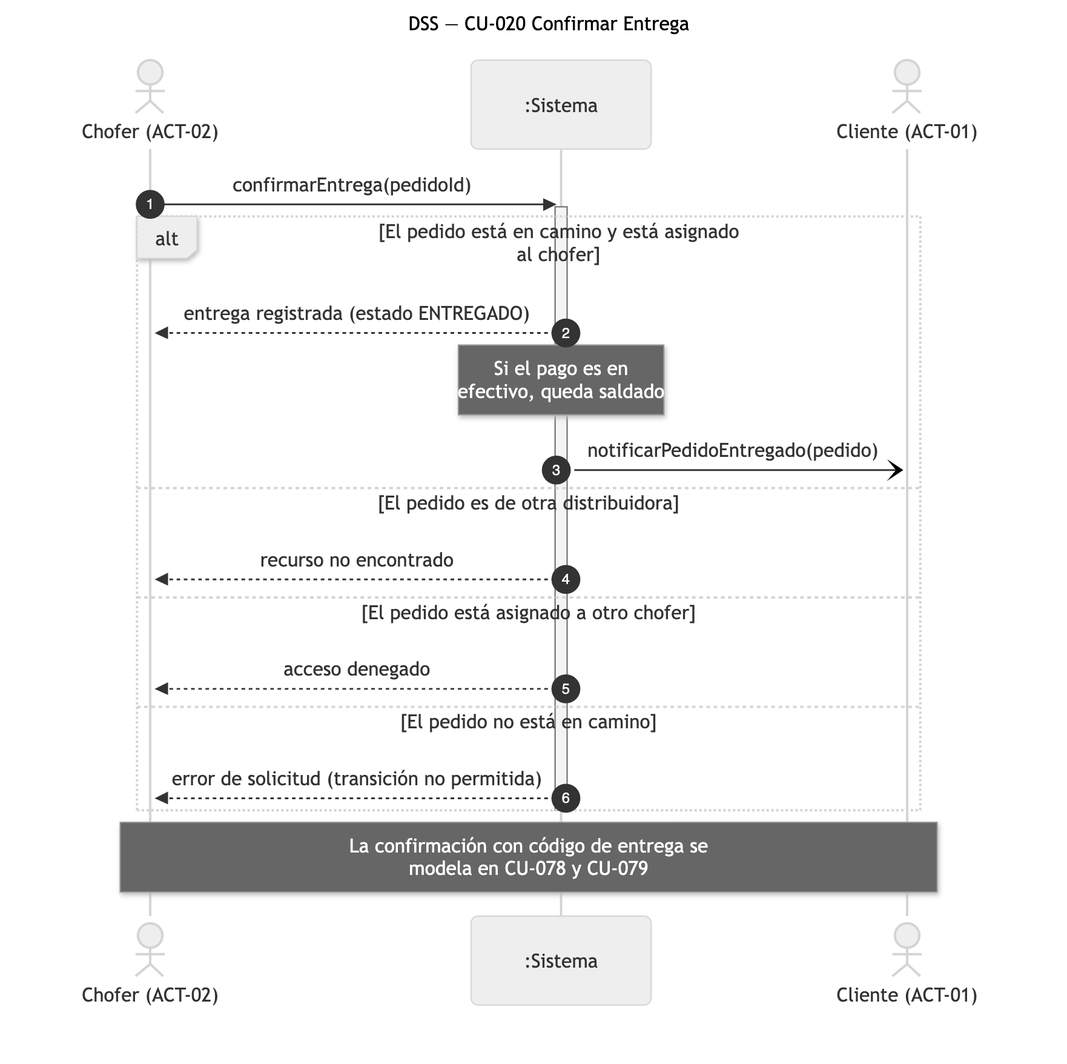
Nahuelito-Dev/splg-docs keeps this Mermaid diagram as diagramas/png/DSS_CU-020_Confirmar-Entrega.png. Above is the earlier version. Its source is kept beside it as diagramas/DSS_CU-020_Confirmar-Entrega.mmd.
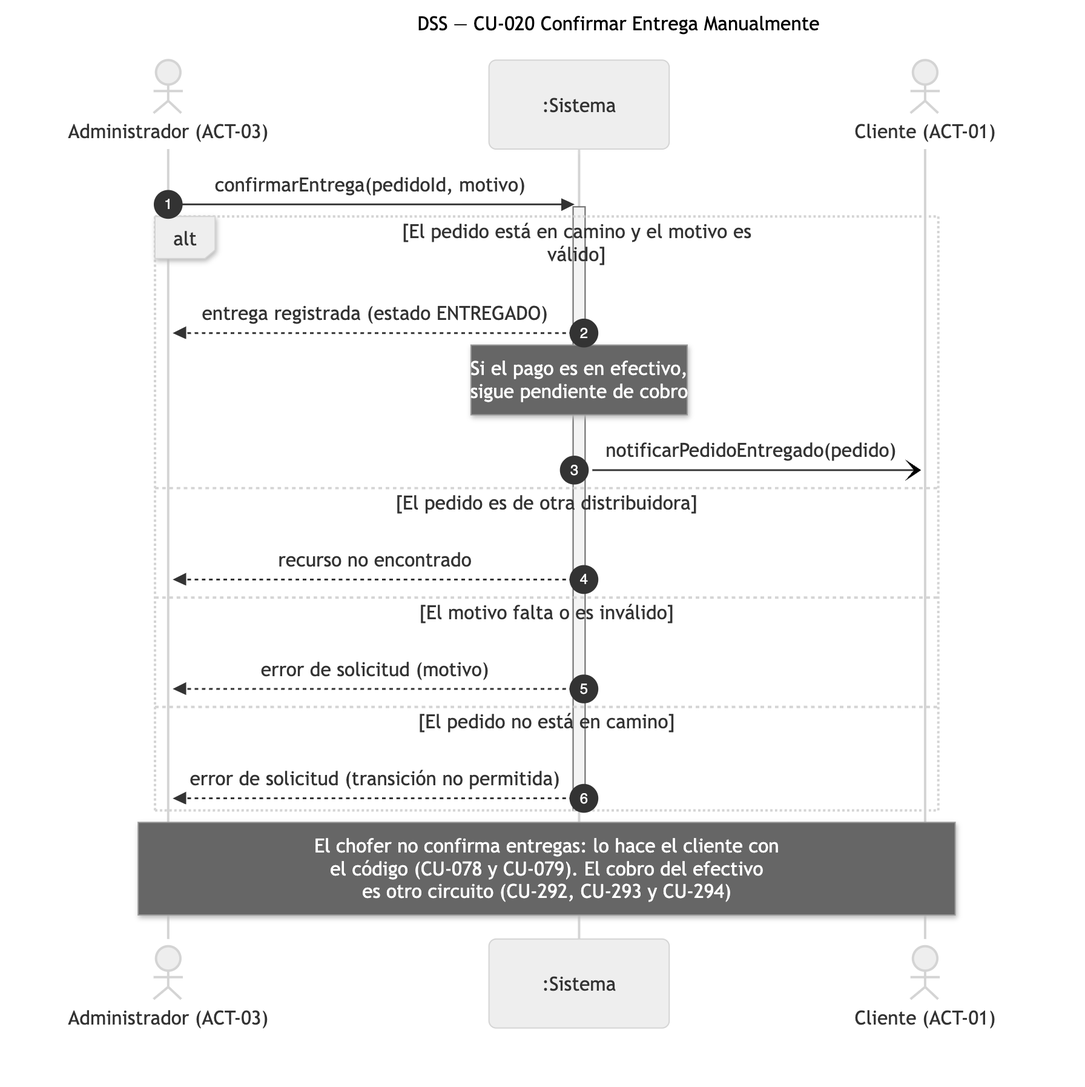
Later version of the same file.

Diff of the diagram source:
```diff
@@ -1,22 +1,22 @@
 sequenceDiagram
-    title DSS — CU-020 Confirmar Entrega
+    title DSS — CU-020 Confirmar Entrega Manualmente
     autonumber
-    actor CHO as Chofer (ACT-02)
+    actor ADM as Administrador (ACT-03)
     participant SIS as :Sistema
     actor CLI as Cliente (ACT-01)
 
-    CHO->>SIS: confirmarEntrega(pedidoId)
+    ADM->>SIS: confirmarEntrega(pedidoId, motivo)
     activate SIS
-    alt El pedido está en camino y está asignado al chofer
-        SIS-->>CHO: entrega registrada (estado ENTREGADO)
-        Note over SIS: Si el pago es en<br/>efectivo, queda saldado
+    alt El pedido está en camino y el motivo es válido
+        SIS-->>ADM: entrega registrada (estado ENTREGADO)
+        Note over SIS: Si el pago es en efectivo,<br/>sigue pendiente de cobro
         SIS-)CLI: notificarPedidoEntregado(pedido)
     else El pedido es de otra distribuidora
-        SIS-->>CHO: recurso no encontrado
-    else El pedido está asignado a otro chofer
-        SIS-->>CHO: acceso denegado
+        SIS-->>ADM: recurso no encontrado
+    else El motivo falta o es inválido
+        SIS-->>ADM: error de solicitud (motivo)
     else El pedido no está en camino
-        SIS-->>CHO: error de solicitud (transición no permitida)
+        SIS-->>ADM: error de solicitud (transición no permitida)
     end
     deactivate SIS
-    Note over CHO,CLI: La confirmación con código de entrega se<br/>modela en CU-078 y CU-079
+    Note over ADM,CLI: El chofer no confirma entregas: lo hace el cliente con<br/>el código (CU-078 y CU-079). El cobro del efectivo<br/>es otro circuito (CU-292, CU-293 y CU-294)
```
